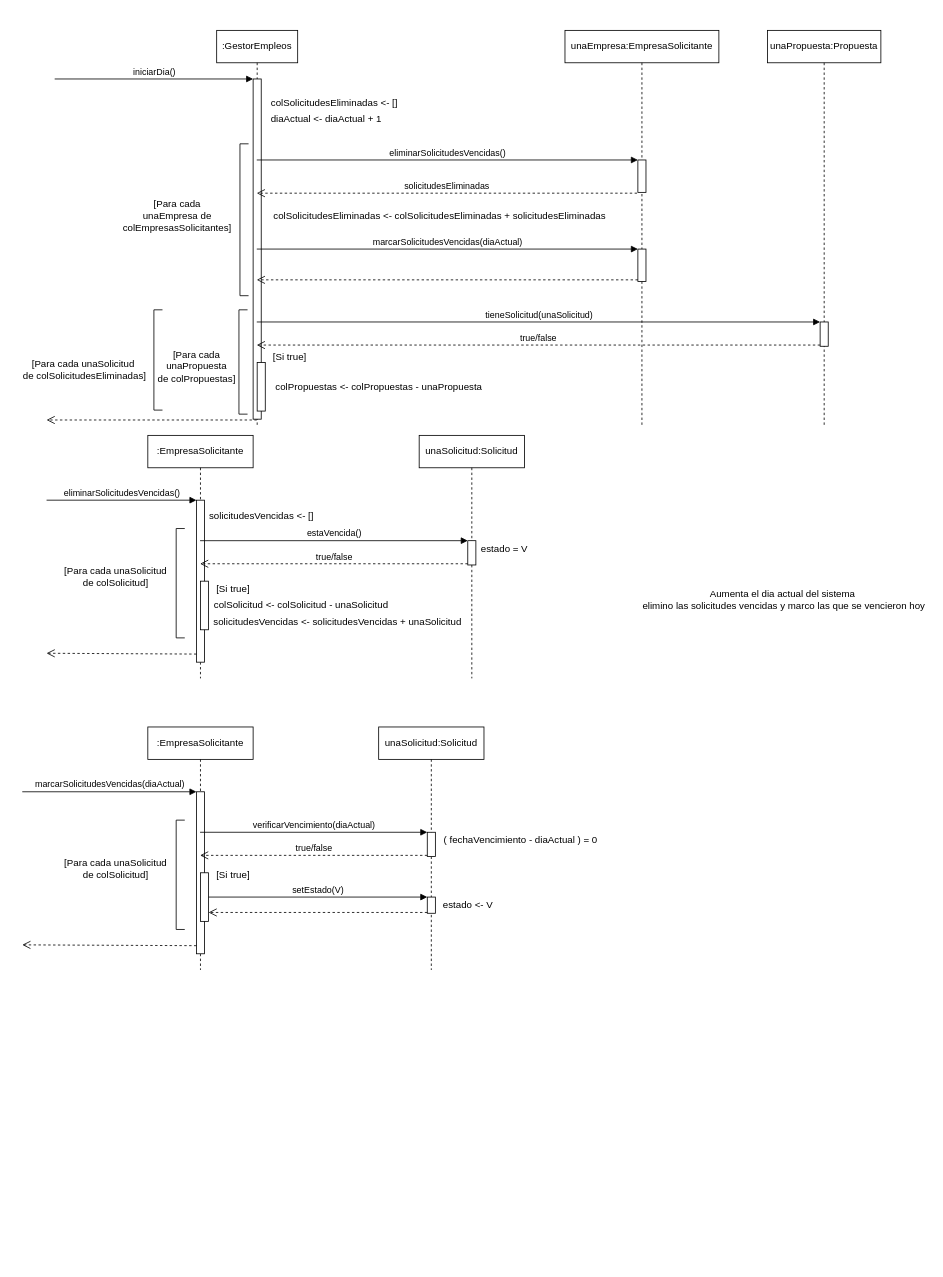
Earlier version of the draw.io diagram page "7" (6 of 8) of TPOFinal_POO.drawio (Torgeck/TPFinalPoo). Source tidied: cells renumbered, new cells numbered last; positions are measured from the earlier drawing's top-left corner, leaving out a move shared by most shapes. Both pictures are drawn from the tidied source at 81%, with x=0, y=0 at pixel (14, 30).
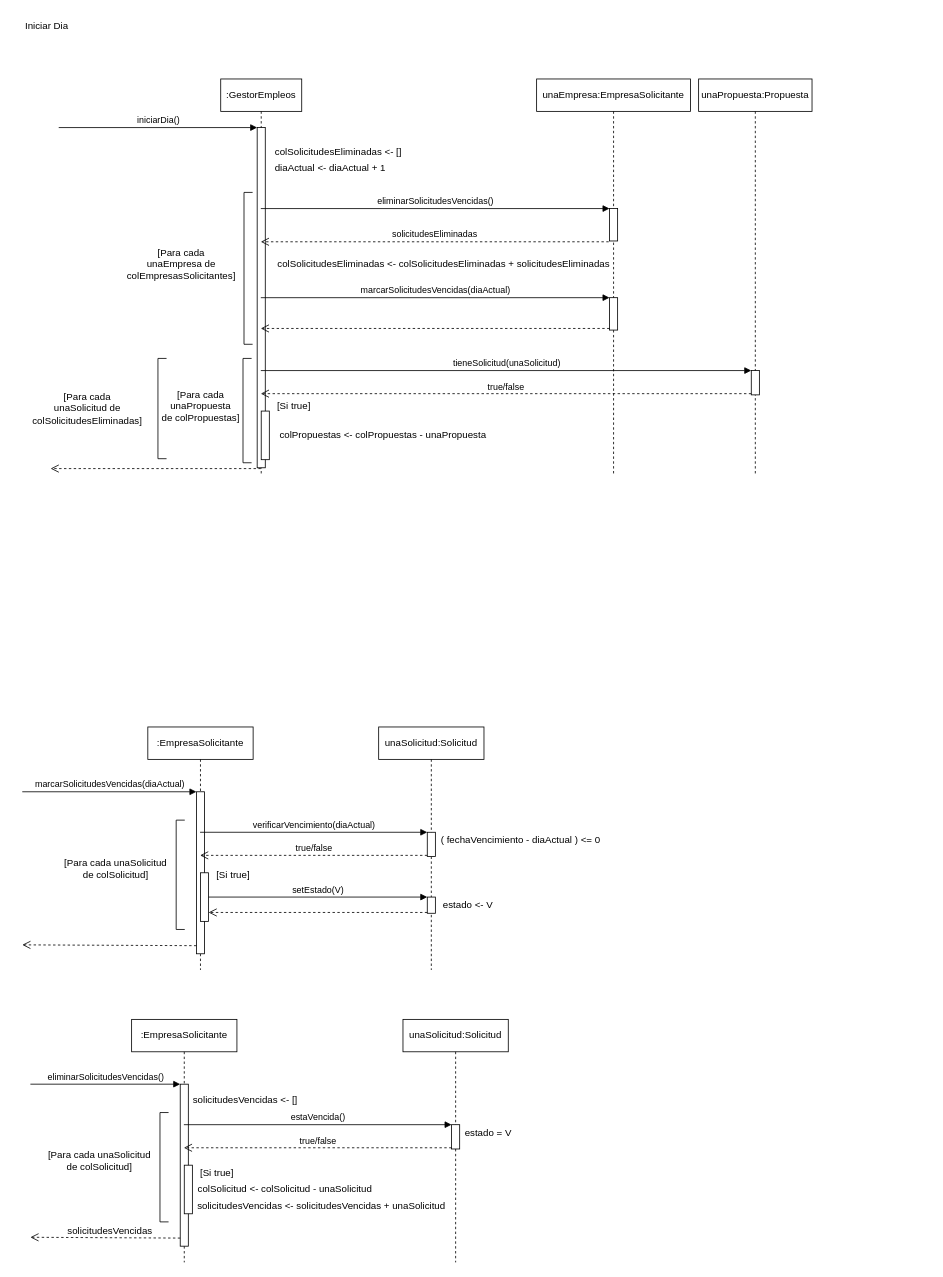
Above is the later version.

Unchanged cells that the change refers to:
```xml
<mxCell id="19" style="html=1;verticalAlign=bottom;endArrow=open;dashed=1;endSize=8;exitX=0;exitY=0.95;" parent="16" edge="1" source="17">
  <mxGeometry relative="1" as="geometry">
    <mxPoint x="-125" y="269" as="targetPoint" />
  </mxGeometry>
</mxCell>
```

Change to the diagram source:
```diff
@@
-    <mxCell id="2" value="Aumenta el dia actual del sistema&amp;nbsp;&lt;br&gt;elimino las solicitudes vencidas y marco las que se vencieron hoy&lt;br&gt;" style="text;html=1;align=center;verticalAlign=middle;" parent="1" vertex="1">
-      <mxGeometry x="770" y="687.5" width="360" height="30" as="geometry" />
-    </mxCell>
     <mxCell id="3" value=":GestorEmpleos" style="shape=umlLifeline;perimeter=lifelinePerimeter;whiteSpace=wrap;html=1;outlineConnect=0;" parent="1" vertex="1">
-      <mxGeometry x="250" width="100" height="490" as="geometry" />
+      <mxGeometry x="255" y="60" width="100" height="490" as="geometry" />
     </mxCell>
@@
     <mxCell id="7" value="diaActual &amp;lt;-&amp;nbsp;diaActual + 1" style="text;html=1;align=center;verticalAlign=middle;" parent="1" vertex="1">
-      <mxGeometry x="310" y="100" width="150" height="20" as="geometry" />
+      <mxGeometry x="315" y="160" width="150" height="20" as="geometry" />
     </mxCell>
     <mxCell id="8" style="shape=partialRectangle;whiteSpace=wrap;html=1;bottom=1;right=1;left=1;top=0;fillColor=none;routingCenterX=-0.5;rotation=90;" parent="1" vertex="1">
-      <mxGeometry x="190" y="228.8" width="187.5" height="10" as="geometry" />
+      <mxGeometry x="195" y="288.8" width="187.5" height="10" as="geometry" />
     </mxCell>
     <mxCell id="9" value="[Para cada&lt;br&gt;unaEmpresa de&lt;br&gt;colEmpresasSolicitantes]" style="text;html=1;align=center;verticalAlign=middle;" parent="1" vertex="1">
-      <mxGeometry x="126.2" y="203.8" width="150" height="50" as="geometry" />
+      <mxGeometry x="131.2" y="263.8" width="150" height="50" as="geometry" />
     </mxCell>
     <mxCell id="10" value="unaEmpresa:EmpresaSolicitante" style="shape=umlLifeline;perimeter=lifelinePerimeter;whiteSpace=wrap;html=1;" parent="1" vertex="1">
-      <mxGeometry x="680" width="190" height="490" as="geometry" />
+      <mxGeometry x="645" y="60" width="190" height="490" as="geometry" />
     </mxCell>
@@
     <mxCell id="16" value=":EmpresaSolicitante" style="shape=umlLifeline;perimeter=lifelinePerimeter;whiteSpace=wrap;html=1;outlineConnect=0;" parent="1" vertex="1">
-      <mxGeometry x="165" y="500" width="130" height="300" as="geometry" />
+      <mxGeometry x="145" y="1221" width="130" height="300" as="geometry" />
     </mxCell>
@@
+    <mxCell id="63" value="solicitudesVencidas" style="edgeLabel;html=1;align=center;verticalAlign=middle;fontSize=12;" parent="19" vertex="1">
+      <mxGeometry x="0.29" y="1" relative="1" as="geometry">
+        <mxPoint x="32" y="-10" as="offset" />
+      </mxGeometry>
+    </mxCell>
     <mxCell id="20" style="shape=partialRectangle;whiteSpace=wrap;html=1;bottom=1;right=1;left=1;top=0;fillColor=none;routingCenterX=-0.5;rotation=90;" parent="1" vertex="1">
-      <mxGeometry x="137.5" y="677.5" width="135" height="10" as="geometry" />
+      <mxGeometry x="117.5" y="1398.5" width="135" height="10" as="geometry" />
     </mxCell>
     <mxCell id="21" value="[Para cada unaSolicitud&lt;br&gt;de colSolicitud]" style="text;html=1;align=center;verticalAlign=middle;" parent="1" vertex="1">
-      <mxGeometry x="55" y="660" width="140" height="30" as="geometry" />
+      <mxGeometry x="35" y="1381" width="140" height="30" as="geometry" />
     </mxCell>
     <mxCell id="22" style="html=1;perimeter=orthogonalPerimeter;" parent="1" vertex="1">
-      <mxGeometry x="230" y="680" width="10" height="60" as="geometry" />
+      <mxGeometry x="210" y="1401" width="10" height="60" as="geometry" />
     </mxCell>
     <mxCell id="23" value="[Si true]" style="text;html=1;align=center;verticalAlign=middle;" parent="1" vertex="1">
-      <mxGeometry x="240" y="680" width="60" height="20" as="geometry" />
+      <mxGeometry x="220" y="1401" width="60" height="20" as="geometry" />
     </mxCell>
     <mxCell id="24" value="colSolicitud &amp;lt;- colSolicitud - unaSolicitud" style="text;html=1;align=center;verticalAlign=middle;" parent="1" vertex="1">
-      <mxGeometry x="239.4" y="700" width="230" height="20" as="geometry" />
+      <mxGeometry x="219.4" y="1421" width="230" height="20" as="geometry" />
     </mxCell>
     <mxCell id="25" value="unaSolicitud:Solicitud" style="shape=umlLifeline;perimeter=lifelinePerimeter;whiteSpace=wrap;html=1;" parent="1" vertex="1">
-      <mxGeometry x="500" y="500" width="130" height="300" as="geometry" />
+      <mxGeometry x="480" y="1221" width="130" height="300" as="geometry" />
     </mxCell>
@@
     <mxCell id="29" value="estado = V" style="text;html=1;align=center;verticalAlign=middle;" parent="1" vertex="1">
-      <mxGeometry x="570" y="630" width="70" height="20" as="geometry" />
+      <mxGeometry x="550" y="1351" width="70" height="20" as="geometry" />
     </mxCell>
@@
-    <mxCell id="43" value="( fechaVencimiento - diaActual ) = 0" style="text;html=1;align=center;verticalAlign=middle;" parent="1" vertex="1">
-      <mxGeometry x="520" y="990" width="210" height="20" as="geometry" />
+    <mxCell id="43" value="( fechaVencimiento - diaActual ) &amp;lt;= 0" style="text;html=1;align=center;verticalAlign=middle;" parent="1" vertex="1">
+      <mxGeometry x="515" y="985" width="220" height="30" as="geometry" />
     </mxCell>
@@
     <mxCell id="48" value="colSolicitudesEliminadas &amp;lt;- []" style="text;html=1;align=center;verticalAlign=middle;" parent="1" vertex="1">
-      <mxGeometry x="310" y="80" width="170" height="20" as="geometry" />
+      <mxGeometry x="315" y="140" width="170" height="20" as="geometry" />
     </mxCell>
     <mxCell id="49" value="colSolicitudesEliminadas &amp;lt;- colSolicitudesEliminadas + solicitudesEliminadas" style="text;html=1;align=center;verticalAlign=middle;" parent="1" vertex="1">
-      <mxGeometry x="310" y="218.8" width="430" height="20" as="geometry" />
+      <mxGeometry x="315" y="278.8" width="430" height="20" as="geometry" />
     </mxCell>
-    <mxCell id="50" value="[Para cada unaSolicitud&lt;br&gt;&amp;nbsp;de colSolicitudesEliminadas]" style="text;html=1;align=center;verticalAlign=middle;" parent="1" vertex="1">
-      <mxGeometry y="404" width="170" height="30" as="geometry" />
+    <mxCell id="50" value="[Para cada&lt;br&gt;unaSolicitud de&lt;br&gt;colSolicitudesEliminadas]" style="text;html=1;align=center;verticalAlign=middle;" parent="1" vertex="1">
+      <mxGeometry x="10" y="436.9" width="160" height="60" as="geometry" />
     </mxCell>
     <mxCell id="51" value="[Para cada&lt;br&gt;unaPropuesta&lt;br&gt;de colPropuestas]" style="text;html=1;align=center;verticalAlign=middle;" parent="1" vertex="1">
-      <mxGeometry x="170" y="390" width="110" height="50" as="geometry" />
+      <mxGeometry x="175" y="439" width="110" height="50" as="geometry" />
     </mxCell>
     <mxCell id="52" style="shape=partialRectangle;whiteSpace=wrap;html=1;bottom=1;right=1;left=1;top=0;fillColor=none;routingCenterX=-0.5;rotation=90;" parent="1" vertex="1">
-      <mxGeometry x="115.6" y="401.9" width="123.8" height="10" as="geometry" />
+      <mxGeometry x="120.6" y="461.9" width="123.8" height="10" as="geometry" />
     </mxCell>
     <mxCell id="53" style="shape=partialRectangle;whiteSpace=wrap;html=1;bottom=1;right=1;left=1;top=0;fillColor=none;routingCenterX=-0.5;rotation=90;" parent="1" vertex="1">
-      <mxGeometry x="218.1" y="404.4" width="128.8" height="10" as="geometry" />
+      <mxGeometry x="223.1" y="464.4" width="128.8" height="10" as="geometry" />
     </mxCell>
     <mxCell id="54" value="unaPropuesta:Propuesta" style="shape=umlLifeline;perimeter=lifelinePerimeter;whiteSpace=wrap;html=1;" parent="1" vertex="1">
-      <mxGeometry x="930" width="140" height="490" as="geometry" />
+      <mxGeometry x="845" y="60" width="140" height="490" as="geometry" />
     </mxCell>
@@
     <mxCell id="58" style="html=1;perimeter=orthogonalPerimeter;" parent="1" vertex="1">
-      <mxGeometry x="300" y="410" width="10" height="60" as="geometry" />
+      <mxGeometry x="305" y="470" width="10" height="60" as="geometry" />
     </mxCell>
     <mxCell id="59" value="[Si true]" style="text;html=1;align=center;verticalAlign=middle;" parent="1" vertex="1">
-      <mxGeometry x="310" y="394" width="60" height="20" as="geometry" />
+      <mxGeometry x="315" y="454" width="60" height="20" as="geometry" />
     </mxCell>
     <mxCell id="60" value="colPropuestas &amp;lt;- colPropuestas - unaPropuesta" style="text;html=1;align=center;verticalAlign=middle;" parent="1" vertex="1">
-      <mxGeometry x="315" y="430" width="270" height="20" as="geometry" />
+      <mxGeometry x="320" y="490" width="270" height="20" as="geometry" />
     </mxCell>
     <mxCell id="61" value="solicitudesVencidas &amp;lt;- []" style="text;html=1;align=center;verticalAlign=middle;" parent="1" vertex="1">
-      <mxGeometry x="235" y="590" width="140" height="20" as="geometry" />
+      <mxGeometry x="215" y="1311" width="140" height="20" as="geometry" />
     </mxCell>
     <mxCell id="62" value="solicitudesVencidas &amp;lt;- solicitudesVencidas + unaSolicitud" style="text;html=1;align=center;verticalAlign=middle;" parent="1" vertex="1">
-      <mxGeometry x="239.4" y="720" width="320" height="20" as="geometry" />
+      <mxGeometry x="219.4" y="1441" width="320" height="20" as="geometry" />
     </mxCell>
+    <mxCell id="64" value="Iniciar Dia" style="text;html=1;align=center;verticalAlign=middle;strokeColor=none;fillColor=none;fontSize=12;" parent="1" vertex="1">
+      <mxGeometry y="-20" width="80" height="30" as="geometry" />
+    </mxCell>
```
